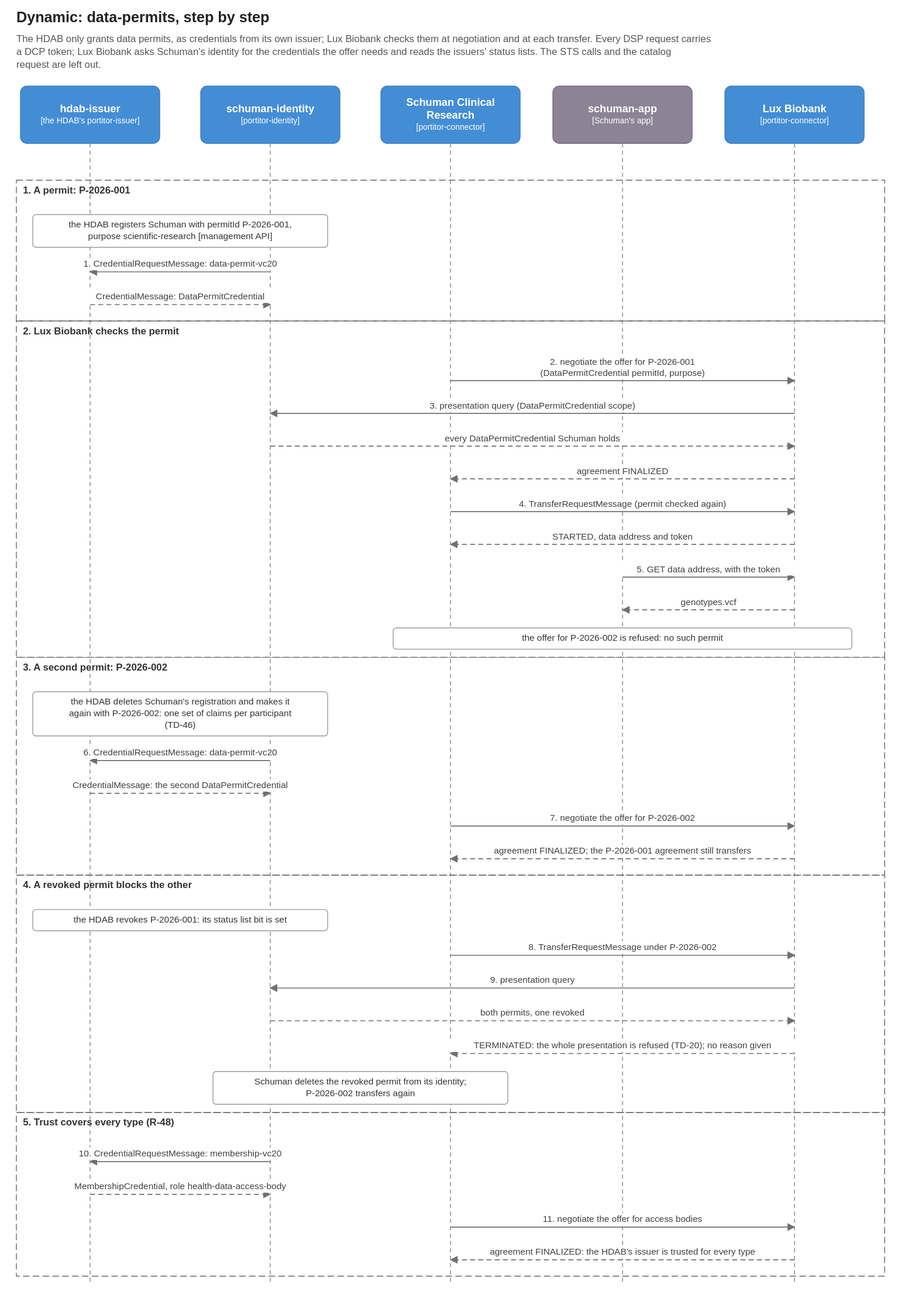
The draw.io diagram scenarios/data-permits/diagrams/scenario.drawio.svg in brunopacheco1/portitor, before a commit. Source tidied: cells renumbered, new cells last; positions are measured from the earlier drawing's top-left corner, leaving out a move shared by most shapes.
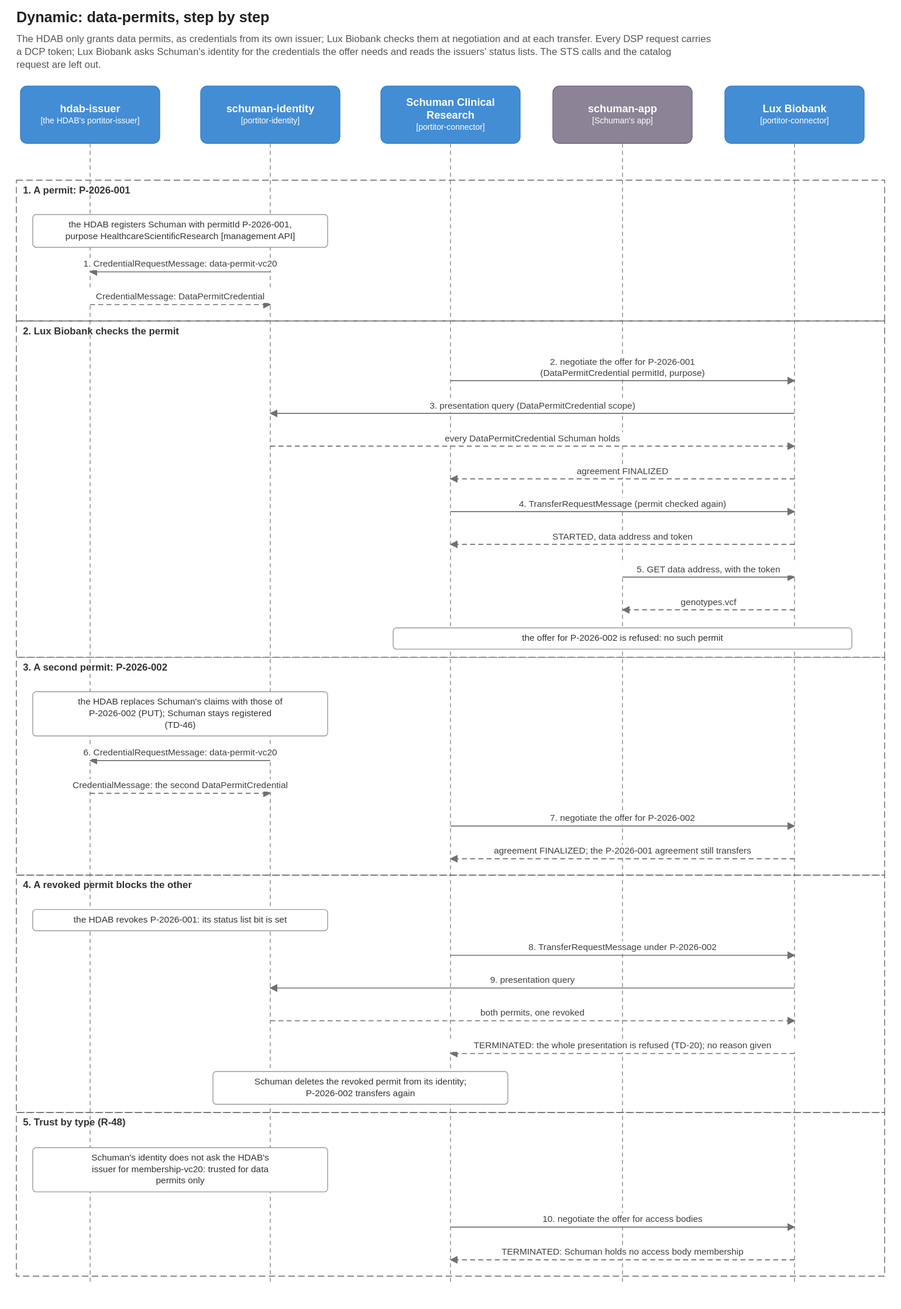
Later version of the same file.

Commit message:
data-permits: claims replaced with PUT, the HDAB trusted for permits only

What changed in the source:
```diff
@@ -23,7 +23,7 @@
     <mxCell id="8" value="&lt;b&gt;Lux Biobank&lt;/b&gt;&lt;br&gt;&lt;font style=&quot;font-size:10px&quot;&gt;[portitor-connector]&lt;/font&gt;" style="rounded=1;arcSize=8;whiteSpace=wrap;html=1;fillColor=#438DD5;strokeColor=#3C7FC0;fontColor=#FFFFFF;fontSize=13;align=center;verticalAlign=middle;c4Kind=container;c4Name=Lux Biobank;" parent="1" vertex="1">
       <mxGeometry x="865" y="95" width="170" height="70" as="geometry" />
     </mxCell>
-    <mxCell id="9" value="the HDAB registers Schuman with permitId P-2026-001, purpose scientific-research [management API]" style="rounded=1;arcSize=4;whiteSpace=wrap;html=1;fillColor=#FFFFFF;strokeColor=#999999;fontColor=#333333;fontSize=11;align=center;verticalAlign=middle;c4Kind=note;c4Name=the HDAB registers Schuman with permitId P-2026-001, purpose scientific-research [management API];" parent="1" vertex="1">
+    <mxCell id="9" value="the HDAB registers Schuman with permitId P-2026-001, purpose HealthcareScientificResearch [management API]" style="rounded=1;arcSize=4;whiteSpace=wrap;html=1;fillColor=#FFFFFF;strokeColor=#999999;fontColor=#333333;fontSize=11;align=center;verticalAlign=middle;c4Kind=note;c4Name=the HDAB registers Schuman with permitId P-2026-001, purpose HealthcareScientificResearch [management API];" parent="1" vertex="1">
       <mxGeometry x="20" y="252" width="360" height="40" as="geometry" />
     </mxCell>
     <mxCell id="10" value="1. CredentialRequestMessage: data-permit-vc20" style="endArrow=blockThin;endFill=1;html=1;rounded=0;strokeColor=#707070;fontSize=11;fontColor=#404040;labelBackgroundColor=#FFFFFF;" parent="1" edge="1">
@@ -89,7 +89,7 @@
     <mxCell id="20" value="the offer for P-2026-002 is refused: no such permit" style="rounded=1;arcSize=4;whiteSpace=wrap;html=1;fillColor=#FFFFFF;strokeColor=#999999;fontColor=#333333;fontSize=11;align=center;verticalAlign=middle;c4Kind=note;c4Name=the offer for P-2026-002 is refused: no such permit;" parent="1" vertex="1">
       <mxGeometry x="460" y="757" width="560" height="26" as="geometry" />
     </mxCell>
-    <mxCell id="21" value="the HDAB deletes Schuman's registration and makes it again with P-2026-002: one set of claims per participant (TD-46)" style="rounded=1;arcSize=4;whiteSpace=wrap;html=1;fillColor=#FFFFFF;strokeColor=#999999;fontColor=#333333;fontSize=11;align=center;verticalAlign=middle;c4Kind=note;c4Name=the HDAB deletes Schuman's registration and makes it again with P-2026-002: one set of claims per participant (TD-46);" parent="1" vertex="1">
+    <mxCell id="21" value="the HDAB replaces Schuman's claims with those of P-2026-002 (PUT); Schuman stays registered (TD-46)" style="rounded=1;arcSize=4;whiteSpace=wrap;html=1;fillColor=#FFFFFF;strokeColor=#999999;fontColor=#333333;fontSize=11;align=center;verticalAlign=middle;c4Kind=note;c4Name=the HDAB replaces Schuman's claims with those of P-2026-002 (PUT); Schuman stays registered (TD-46);" parent="1" vertex="1">
       <mxGeometry x="20" y="835" width="360" height="54" as="geometry" />
     </mxCell>
     <mxCell id="22" value="6. CredentialRequestMessage: data-permit-vc20" style="endArrow=blockThin;endFill=1;html=1;rounded=0;strokeColor=#707070;fontSize=11;fontColor=#404040;labelBackgroundColor=#FFFFFF;" parent="1" edge="1">
@@ -146,25 +146,16 @@
     <mxCell id="31" value="Schuman deletes the revoked permit from its identity; P-2026-002 transfers again" style="rounded=1;arcSize=4;whiteSpace=wrap;html=1;fillColor=#FFFFFF;strokeColor=#999999;fontColor=#333333;fontSize=11;align=center;verticalAlign=middle;c4Kind=note;c4Name=Schuman deletes the revoked permit from its identity; P-2026-002 transfers again;" parent="1" vertex="1">
       <mxGeometry x="240" y="1299" width="360" height="40" as="geometry" />
     </mxCell>
-    <mxCell id="32" value="10. CredentialRequestMessage: membership-vc20" style="endArrow=blockThin;endFill=1;html=1;rounded=0;strokeColor=#707070;fontSize=11;fontColor=#404040;labelBackgroundColor=#FFFFFF;" parent="1" edge="1">
-      <mxGeometry relative="1" as="geometry">
-        <mxPoint x="310" y="1409" as="sourcePoint" />
-        <mxPoint x="90" y="1409" as="targetPoint" />
-      </mxGeometry>
-    </mxCell>
-    <mxCell id="33" value="MembershipCredential, role health-data-access-body" style="endArrow=blockThin;endFill=1;html=1;rounded=0;strokeColor=#707070;fontSize=11;fontColor=#404040;labelBackgroundColor=#FFFFFF;dashed=1;dashPattern=6 4;" parent="1" edge="1">
-      <mxGeometry relative="1" as="geometry">
-        <mxPoint x="90" y="1449" as="sourcePoint" />
-        <mxPoint x="310" y="1449" as="targetPoint" />
-      </mxGeometry>
-    </mxCell>
+    <mxCell id="46" value="Schuman's identity does not ask the HDAB's issuer for membership-vc20: trusted for data permits only" style="rounded=1;arcSize=4;whiteSpace=wrap;html=1;fillColor=#FFFFFF;strokeColor=#999999;fontColor=#333333;fontSize=11;align=center;verticalAlign=middle;c4Kind=note;c4Name=Schuman's identity does not ask the HDAB's issuer for membership-vc20: trusted for data permits only;" parent="1" vertex="1">
+      <mxGeometry x="20" y="1392" width="360" height="54" as="geometry" />
+    </mxCell>
-    <mxCell id="34" value="11. negotiate the offer for access bodies" style="endArrow=blockThin;endFill=1;html=1;rounded=0;strokeColor=#707070;fontSize=11;fontColor=#404040;labelBackgroundColor=#FFFFFF;" parent="1" edge="1">
+    <mxCell id="34" value="10. negotiate the offer for access bodies" style="endArrow=blockThin;endFill=1;html=1;rounded=0;strokeColor=#707070;fontSize=11;fontColor=#404040;labelBackgroundColor=#FFFFFF;" parent="1" edge="1">
       <mxGeometry relative="1" as="geometry">
         <mxPoint x="530" y="1489" as="sourcePoint" />
         <mxPoint x="950" y="1489" as="targetPoint" />
       </mxGeometry>
     </mxCell>
-    <mxCell id="35" value="agreement FINALIZED: the HDAB's issuer is trusted for every type" style="endArrow=blockThin;endFill=1;html=1;rounded=0;strokeColor=#707070;fontSize=11;fontColor=#404040;labelBackgroundColor=#FFFFFF;dashed=1;dashPattern=6 4;" parent="1" edge="1">
+    <mxCell id="35" value="TERMINATED: Schuman holds no access body membership" style="endArrow=blockThin;endFill=1;html=1;rounded=0;strokeColor=#707070;fontSize=11;fontColor=#404040;labelBackgroundColor=#FFFFFF;dashed=1;dashPattern=6 4;" parent="1" edge="1">
       <mxGeometry relative="1" as="geometry">
         <mxPoint x="950" y="1529" as="sourcePoint" />
         <mxPoint x="530" y="1529" as="targetPoint" />
@@ -207,7 +198,7 @@
     <mxCell id="44" value="4. A revoked permit blocks the other" style="rounded=0;whiteSpace=wrap;html=1;fillColor=none;dashed=1;dashPattern=8 4;strokeColor=#666666;fontColor=#333333;align=left;verticalAlign=top;spacingLeft=8;spacingTop=4;fontSize=12;fontStyle=1;" parent="1" vertex="1">
       <mxGeometry y="1059" width="1060" height="290" as="geometry" />
     </mxCell>
-    <mxCell id="45" value="5. Trust covers every type (R-48)" style="rounded=0;whiteSpace=wrap;html=1;fillColor=none;dashed=1;dashPattern=8 4;strokeColor=#666666;fontColor=#333333;align=left;verticalAlign=top;spacingLeft=8;spacingTop=4;fontSize=12;fontStyle=1;" parent="1" vertex="1">
+    <mxCell id="45" value="5. Trust by type (R-48)" style="rounded=0;whiteSpace=wrap;html=1;fillColor=none;dashed=1;dashPattern=8 4;strokeColor=#666666;fontColor=#333333;align=left;verticalAlign=top;spacingLeft=8;spacingTop=4;fontSize=12;fontStyle=1;" parent="1" vertex="1">
       <mxGeometry y="1349" width="1060" height="200" as="geometry" />
     </mxCell>
   </root>
```
